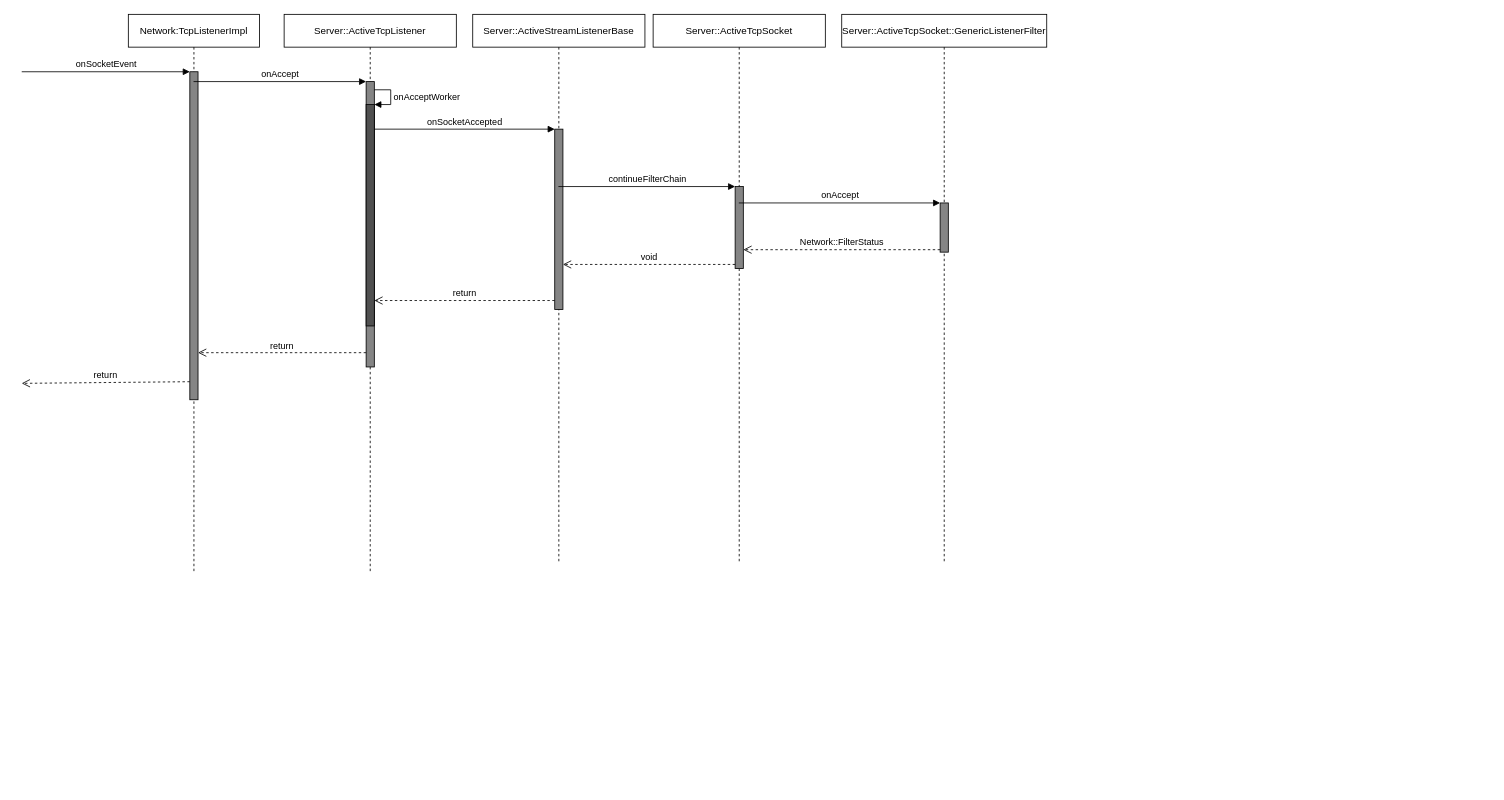
Above: envoy_code_detail.drawio in LuyaoZhong/Figures (draw.io), before the change. Source tidied: cells renumbered, new cells numbered last; positions are measured from the earlier drawing's top-left corner, leaving out a move shared by most shapes. Both pictures are drawn from the tidied source at 82%, with x=0, y=0 at pixel (21, 14).
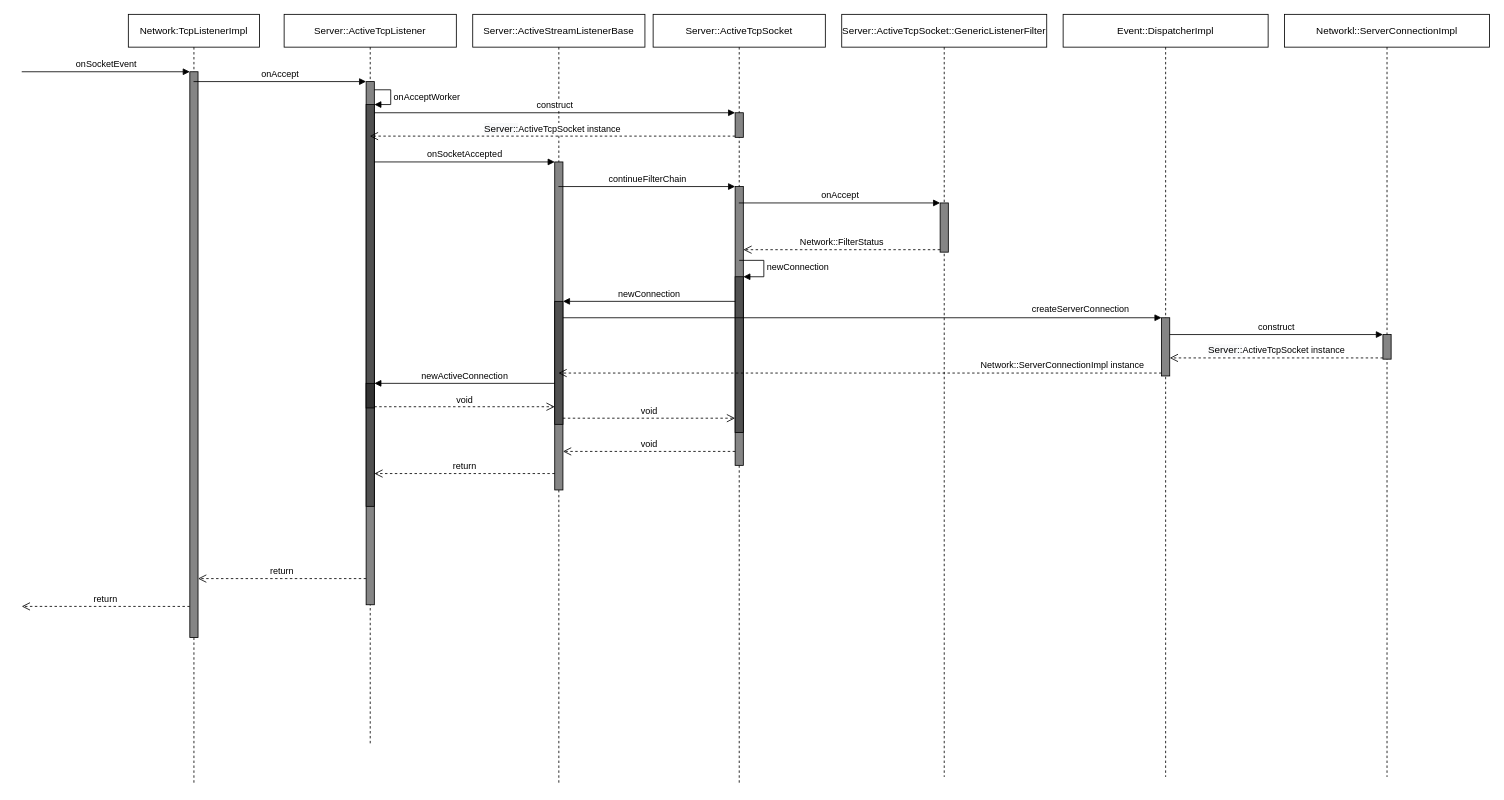
Above is the later version.

Diff of the diagram source:
```diff
@@
     <mxCell id="2" value="Server::ActiveTcpListener" style="shape=umlLifeline;perimeter=lifelinePerimeter;whiteSpace=wrap;html=1;outlineConnect=0;" parent="1" vertex="1">
-      <mxGeometry x="320" width="210" height="680" as="geometry" />
+      <mxGeometry x="320" width="210" height="890" as="geometry" />
     </mxCell>
     <mxCell id="3" style="html=1;points=[];perimeter=orthogonalPerimeter;strokeColor=default;fillColor=#858585;" parent="2" vertex="1">
-      <mxGeometry x="100" y="82" width="10" height="348" as="geometry" />
+      <mxGeometry x="100" y="82" width="10" height="638" as="geometry" />
     </mxCell>
     <mxCell id="4" style="html=1;points=[];perimeter=orthogonalPerimeter;fillColor=#505050;" parent="2" vertex="1">
-      <mxGeometry x="100" y="110" width="10" height="270" as="geometry" />
+      <mxGeometry x="100" y="110" width="10" height="490" as="geometry" />
     </mxCell>
@@
+    <mxCell id="24" style="html=1;points=[];perimeter=orthogonalPerimeter;fillColor=#333333;" parent="2" vertex="1">
+      <mxGeometry x="100" y="450" width="10" height="30" as="geometry" />
+    </mxCell>
     <mxCell id="6" value="Network:TcpListenerImpl" style="shape=umlLifeline;perimeter=lifelinePerimeter;whiteSpace=wrap;html=1;" parent="1" vertex="1">
-      <mxGeometry x="130" width="160" height="680" as="geometry" />
+      <mxGeometry x="130" width="160" height="940" as="geometry" />
     </mxCell>
@@
     <mxCell id="8" value="return" style="html=1;verticalAlign=bottom;endArrow=open;dashed=1;endSize=8;exitX=0;exitY=0.945;rounded=0;exitDx=0;exitDy=0;exitPerimeter=0;" parent="6" edge="1" source="9">
       <mxGeometry relative="1" as="geometry">
-        <mxPoint x="-130" y="450" as="targetPoint" />
+        <mxPoint x="-130" y="722" as="targetPoint" />
       </mxGeometry>
     </mxCell>
     <mxCell id="9" style="html=1;points=[];perimeter=orthogonalPerimeter;fillColor=#858585;" parent="6" vertex="1">
-      <mxGeometry x="75" y="70" width="10" height="400" as="geometry" />
+      <mxGeometry x="75" y="70" width="10" height="690" as="geometry" />
     </mxCell>
@@
     <mxCell id="12" value="Server::ActiveStreamListenerBase" style="shape=umlLifeline;perimeter=lifelinePerimeter;whiteSpace=wrap;html=1;outlineConnect=0;" parent="1" vertex="1">
-      <mxGeometry x="550" width="210" height="670" as="geometry" />
+      <mxGeometry x="550" width="210" height="940" as="geometry" />
     </mxCell>
     <mxCell id="13" style="html=1;points=[];perimeter=orthogonalPerimeter;strokeColor=default;fillColor=#858585;" parent="12" vertex="1">
-      <mxGeometry x="100" y="140" width="10" height="220" as="geometry" />
+      <mxGeometry x="100" y="180" width="10" height="400" as="geometry" />
     </mxCell>
+    <mxCell id="25" style="html=1;points=[];perimeter=orthogonalPerimeter;fillColor=#505050;" parent="12" vertex="1">
+      <mxGeometry x="100" y="350" width="10" height="150" as="geometry" />
+    </mxCell>
-    <mxCell id="14" value="onSocketAccepted" style="html=1;verticalAlign=bottom;endArrow=block;entryX=0;entryY=0;rounded=0;" parent="1" edge="1" target="13">
-      <mxGeometry relative="1" as="geometry">
-        <mxPoint x="430" y="140" as="sourcePoint" />
-      </mxGeometry>
+    <mxCell id="14" value="onSocketAccepted" style="html=1;verticalAlign=bottom;endArrow=block;entryX=0;entryY=0;rounded=0;" parent="1" edge="1" source="4" target="13">
+      <mxGeometry relative="1" as="geometry" />
     </mxCell>
@@
     <mxCell id="16" value="Server::ActiveTcpSocket" style="shape=umlLifeline;perimeter=lifelinePerimeter;whiteSpace=wrap;html=1;outlineConnect=0;" parent="1" vertex="1">
-      <mxGeometry x="770" width="210" height="670" as="geometry" />
+      <mxGeometry x="770" width="210" height="940" as="geometry" />
     </mxCell>
     <mxCell id="17" style="html=1;points=[];perimeter=orthogonalPerimeter;strokeColor=default;fillColor=#858585;" parent="16" vertex="1">
-      <mxGeometry x="100" y="210" width="10" height="100" as="geometry" />
+      <mxGeometry x="100" y="210" width="10" height="340" as="geometry" />
     </mxCell>
+    <mxCell id="26" style="html=1;points=[];perimeter=orthogonalPerimeter;fillColor=#505050;" parent="16" vertex="1">
+      <mxGeometry x="100" y="320" width="10" height="190" as="geometry" />
+    </mxCell>
+    <mxCell id="27" value="newConnection" style="edgeStyle=orthogonalEdgeStyle;html=1;align=left;spacingLeft=2;endArrow=block;rounded=0;entryX=1;entryY=0;" parent="16" edge="1" target="26">
+      <mxGeometry relative="1" as="geometry">
+        <mxPoint x="105" y="300" as="sourcePoint" />
+        <Array as="points">
+          <mxPoint x="135" y="300" />
+        </Array>
+      </mxGeometry>
+    </mxCell>
+    <mxCell id="28" style="html=1;points=[];perimeter=orthogonalPerimeter;fillColor=#858585;" parent="16" vertex="1">
+      <mxGeometry x="100" y="120" width="10" height="30" as="geometry" />
+    </mxCell>
@@
     <mxCell id="20" value="Server::ActiveTcpSocket::GenericListenerFilter" style="shape=umlLifeline;perimeter=lifelinePerimeter;whiteSpace=wrap;html=1;" parent="1" vertex="1">
-      <mxGeometry x="1000" width="250" height="670" as="geometry" />
+      <mxGeometry x="1000" width="250" height="930" as="geometry" />
     </mxCell>
@@
+    <mxCell id="29" value="newConnection" style="html=1;verticalAlign=bottom;endArrow=block;entryX=1;entryY=0;rounded=0;" parent="1" edge="1" source="17" target="25">
+      <mxGeometry relative="1" as="geometry" />
+    </mxCell>
+    <mxCell id="30" value="void" style="html=1;verticalAlign=bottom;endArrow=open;dashed=1;endSize=8;exitX=1;exitY=0.95;rounded=0;" parent="1" edge="1" source="25" target="26">
+      <mxGeometry relative="1" as="geometry" />
+    </mxCell>
+    <mxCell id="31" value="newActiveConnection" style="html=1;verticalAlign=bottom;endArrow=block;entryX=1;entryY=0;rounded=0;" parent="1" edge="1" source="25" target="24">
+      <mxGeometry relative="1" as="geometry" />
+    </mxCell>
+    <mxCell id="32" value="void" style="html=1;verticalAlign=bottom;endArrow=open;dashed=1;endSize=8;exitX=1;exitY=0.95;rounded=0;" parent="1" edge="1" source="24" target="25">
+      <mxGeometry relative="1" as="geometry" />
+    </mxCell>
+    <mxCell id="33" value="Event::DispatcherImpl" style="shape=umlLifeline;perimeter=lifelinePerimeter;whiteSpace=wrap;html=1;" parent="1" vertex="1">
+      <mxGeometry x="1270" width="250" height="930" as="geometry" />
+    </mxCell>
+    <mxCell id="34" style="html=1;points=[];perimeter=orthogonalPerimeter;fillColor=#858585;" parent="33" vertex="1">
+      <mxGeometry x="120" y="370" width="10" height="71" as="geometry" />
+    </mxCell>
+    <mxCell id="35" value="createServerConnection" style="html=1;verticalAlign=bottom;endArrow=block;entryX=0;entryY=0;rounded=0;" parent="1" edge="1" source="25" target="34">
+      <mxGeometry x="0.73" y="1" relative="1" as="geometry" />
+    </mxCell>
+    <mxCell id="36" value="Network::ServerConnectionImpl instance" style="html=1;verticalAlign=bottom;endArrow=open;dashed=1;endSize=8;exitX=0;exitY=0.95;rounded=0;" parent="1" edge="1" source="34" target="12">
+      <mxGeometry x="-0.67" relative="1" as="geometry" />
+    </mxCell>
+    <mxCell id="37" value="&lt;span style=&quot;font-size: 12px ; background-color: rgb(248 , 249 , 250)&quot;&gt;Server::&lt;/span&gt;ActiveTcpSocket instance" style="html=1;verticalAlign=bottom;endArrow=open;dashed=1;endSize=8;exitX=0;exitY=0.95;rounded=0;" parent="1" edge="1" source="28" target="2">
+      <mxGeometry relative="1" as="geometry" />
+    </mxCell>
+    <mxCell id="38" value="construct" style="html=1;verticalAlign=bottom;endArrow=block;entryX=0;entryY=0;rounded=0;" parent="1" edge="1" source="4" target="28">
+      <mxGeometry relative="1" as="geometry" />
+    </mxCell>
+    <mxCell id="39" value="Networkl::ServerConnectionImpl" style="shape=umlLifeline;perimeter=lifelinePerimeter;whiteSpace=wrap;html=1;" parent="1" vertex="1">
+      <mxGeometry x="1540" width="250" height="930" as="geometry" />
+    </mxCell>
+    <mxCell id="40" style="html=1;points=[];perimeter=orthogonalPerimeter;fillColor=#858585;" parent="39" vertex="1">
+      <mxGeometry x="120" y="390.5" width="10" height="30" as="geometry" />
+    </mxCell>
+    <mxCell id="41" value="construct" style="html=1;verticalAlign=bottom;endArrow=block;entryX=0;entryY=0;rounded=0;" parent="1" edge="1" source="34" target="40">
+      <mxGeometry relative="1" as="geometry" />
+    </mxCell>
+    <mxCell id="42" value="&lt;span style=&quot;font-size: 12px ; background-color: rgb(248 , 249 , 250)&quot;&gt;Server::&lt;/span&gt;ActiveTcpSocket instance" style="html=1;verticalAlign=bottom;endArrow=open;dashed=1;endSize=8;exitX=0;exitY=0.95;rounded=0;" parent="1" edge="1" source="40" target="34">
+      <mxGeometry relative="1" as="geometry" />
+    </mxCell>
```
